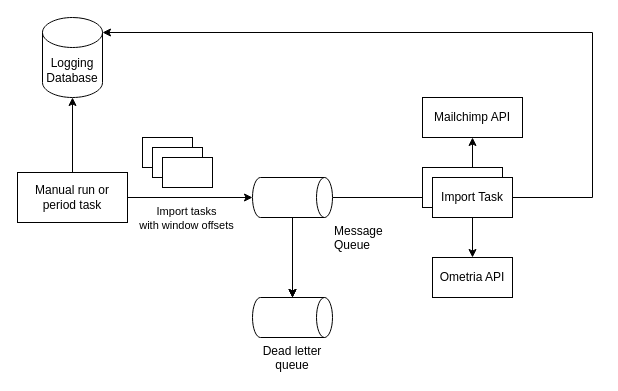
Earlier version of the draw.io diagram architecture.drawio (plourenco/distributed-importer). Source tidied: cells renumbered, new cells numbered last; positions are measured from the earlier drawing's top-left corner, leaving out a move shared by most shapes. Both pictures are drawn from the tidied source at 100%, with x=0, y=0 at pixel (17, 17).
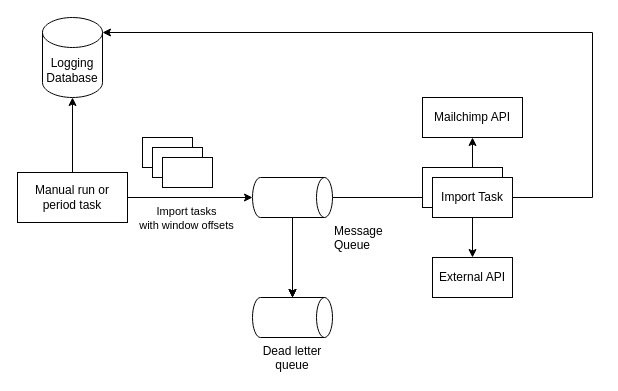
After the change.

Commit message (it also covers changes not shown here):
Update architecture diagram

Change to the diagram source:
```diff
@@
-    <mxCell id="19" value="Ometria API" style="rounded=0;whiteSpace=wrap;html=1;" parent="1" vertex="1">
+    <mxCell id="19" value="External API" style="rounded=0;whiteSpace=wrap;html=1;" parent="1" vertex="1">
       <mxGeometry x="415" y="240" width="80" height="40" as="geometry" />
     </mxCell>
```
